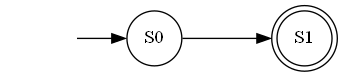
youssefhassan01/Compilers_Assignment keeps this Graphviz diagram as DFA.gv.png. Above is the earlier version. Its source is kept beside it as DFA.gv.
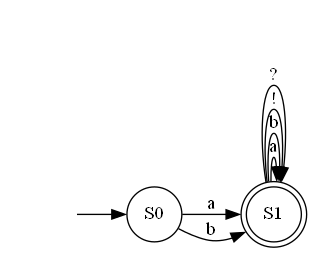
The same file after the commit.

What changed in the source:
```diff
@@ -4,5 +4,10 @@
 	S1 [label=S1 shape=doublecircle]
 	S0 [label=S0 shape=circle]
 	"" -> S0 [label=""]
-	S0 -> S1 [label="	"]
+	S0 -> S1 [label=a]
+	S0 -> S1 [label=b]
+	S1 -> S1 [label=a]
+	S1 -> S1 [label=b]
+	S1 -> S1 [label="!"]
+	S1 -> S1 [label="?"]
 }
```
